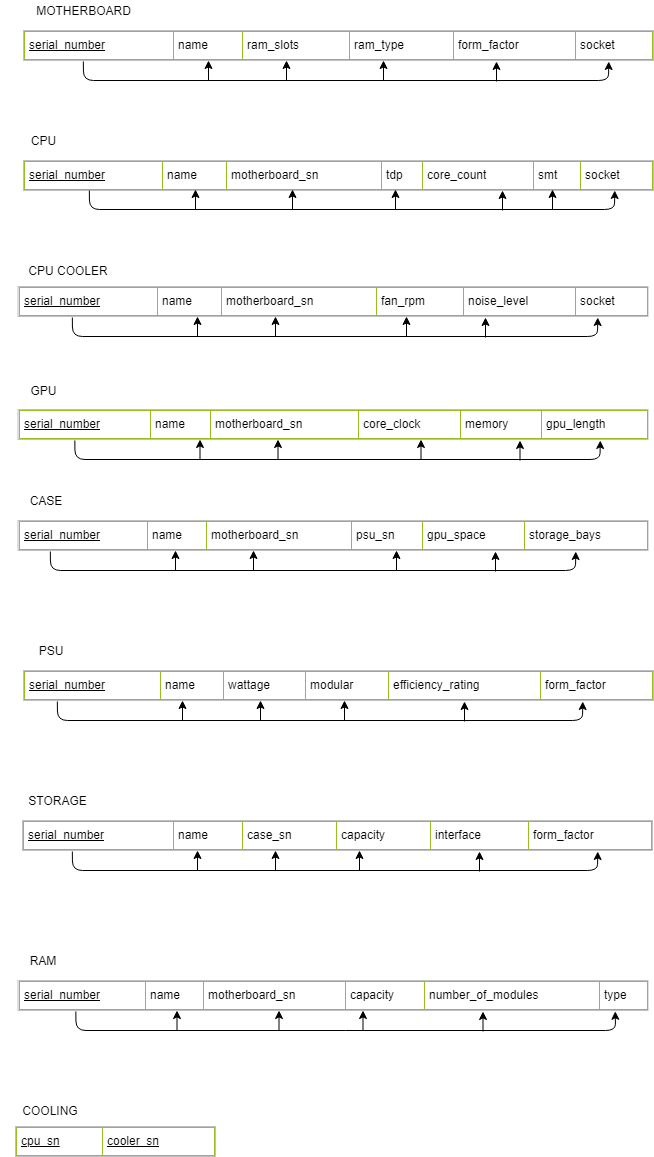
Above: Functional Dependency Diagram.png in ciarancoady98/Information-Management-II (draw.io), before the change. Source tidied: cells renumbered, new cells last; positions are measured from the earlier drawing's top-left corner, leaving out a move shared by most shapes.
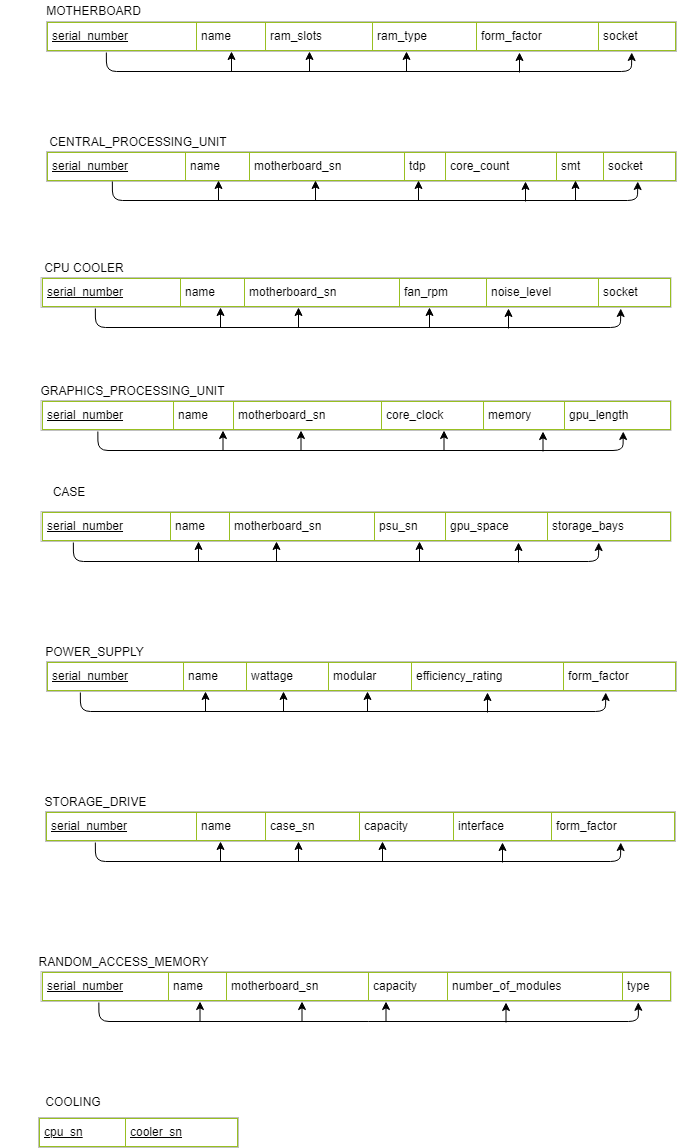
Later version of the same file.

Change to the diagram source:
```diff
@@ -11,14 +11,14 @@
     <mxCell id="4" value="&lt;table border=&quot;1&quot; width=&quot;100%&quot; cellpadding=&quot;4&quot; style=&quot;width: 100% ; height: 100% ; border-collapse: collapse&quot;&gt;&lt;tbody&gt;&lt;tr style=&quot;border: 1px solid #98bf21&quot;&gt;&lt;td&gt;&lt;u&gt;serial_number&lt;/u&gt;&lt;/td&gt;&lt;td&gt;name&lt;/td&gt;&lt;td&gt;motherboard_sn&lt;/td&gt;&lt;td&gt;core_clock&lt;/td&gt;&lt;td&gt;memory&lt;/td&gt;&lt;td&gt;gpu_length&lt;/td&gt;&lt;/tr&gt;&lt;/tbody&gt;&lt;/table&gt;" style="text;html=1;strokeColor=#c0c0c0;fillColor=#ffffff;overflow=fill;rounded=0;" parent="1" vertex="1">
       <mxGeometry x="17.5" y="409" width="630" height="30" as="geometry" />
     </mxCell>
-    <mxCell id="5" value="CPU&lt;span style=&quot;color: rgba(0 , 0 , 0 , 0) ; font-family: monospace ; font-size: 0px ; white-space: nowrap&quot;&gt;%3CmxGraphModel%3E%3Croot%3E%3CmxCell%20id%3D%220%22%2F%3E%3CmxCell%20id%3D%221%22%20parent%3D%220%22%2F%3E%3CmxCell%20id%3D%222%22%20value%3D%22%26lt%3Btable%20border%3D%26quot%3B1%26quot%3B%20width%3D%26quot%3B100%25%26quot%3B%20cellpadding%3D%26quot%3B4%26quot%3B%20style%3D%26quot%3Bwidth%3A%20100%25%20%3B%20height%3A%20100%25%20%3B%20border-collapse%3A%20collapse%26quot%3B%26gt%3B%26lt%3Btbody%26gt%3B%26lt%3Btr%20style%3D%26quot%3Bborder%3A%201px%20solid%20%2398bf21%26quot%3B%26gt%3B%26lt%3Btd%26gt%3BSerial%20Number%26lt%3B%2Ftd%26gt%3B%26lt%3Btd%26gt%3BName%26lt%3B%2Ftd%26gt%3B%26lt%3Btd%26gt%3BMotherbaord%20sn%26lt%3B%2Ftd%26gt%3B%26lt%3Btd%26gt%3BFan%20Rpm%26lt%3B%2Ftd%26gt%3B%26lt%3Btd%26gt%3BNoise%20Level%26lt%3B%2Ftd%26gt%3B%26lt%3Btd%26gt%3BSocket%26lt%3B%2Ftd%26gt%3B%26lt%3B%2Ftr%26gt%3B%26lt%3B%2Ftbody%26gt%3B%26lt%3B%2Ftable%26gt%3B%22%20style%3D%22text%3Bhtml%3D1%3BstrokeColor%3D%23c0c0c0%3BfillColor%3D%23ffffff%3Boverflow%3Dfill%3Brounded%3D0%3B%22%20vertex%3D%221%22%20parent%3D%221%22%3E%3CmxGeometry%20x%3D%2270%22%20y%3D%22180%22%20width%3D%22630%22%20height%3D%2230%22%20as%3D%22geometry%22%2F%3E%3C%2FmxCell%3E%3C%2Froot%3E%3C%2FmxGraphModel%3E&lt;/span&gt;" style="text;html=1;strokeColor=none;fillColor=none;align=center;verticalAlign=middle;whiteSpace=wrap;rounded=0;" parent="1" vertex="1">
-      <mxGeometry x="23" y="130" width="40" height="20" as="geometry" />
+    <mxCell id="5" value="CENTRAL_PROCESSING_UNIT" style="text;html=1;strokeColor=none;fillColor=none;align=center;verticalAlign=middle;whiteSpace=wrap;rounded=0;" parent="1" vertex="1">
+      <mxGeometry x="6" y="140" width="218" height="20" as="geometry" />
     </mxCell>
     <mxCell id="6" value="CPU COOLER&lt;span style=&quot;color: rgba(0 , 0 , 0 , 0) ; font-family: monospace ; font-size: 0px ; white-space: nowrap&quot;&gt;3CmxGraphModel%3E%3Croot%3E%3CmxCell%20id%3D%220%22%2F%3E%3CmxCell%20id%3D%221%22%20parent%3D%220%22%2F%3E%3CmxCell%20id%3D%222%22%20value%3D%22%26lt%3Btable%20border%3D%26quot%3B1%26quot%3B%20width%3D%26quot%3B100%25%26quot%3B%20cellpadding%3D%26quot%3B4%26quot%3B%20style%3D%26quot%3Bwidth%3A%20100%25%20%3B%20height%3A%20100%25%20%3B%20border-collapse%3A%20collapse%26quot%3B%26gt%3B%26lt%3Btbody%26gt%3B%26lt%3Btr%20style%3D%26quot%3Bborder%3A%201px%20solid%20%2398bf21%26quot%3B%26gt%3B%26lt%3Btd%26gt%3BSerial%20Number%26lt%3B%2Ftd%26gt%3B%26lt%3Btd%26gt%3BName%26lt%3B%2Ftd%26gt%3B%26lt%3Btd%26gt%3BMotherbaord%20sn%26lt%3B%2Ftd%26gt%3B%26lt%3Btd%26gt%3BFan%20Rpm%26lt%3B%2Ftd%26gt%3B%26lt%3Btd%26gt%3BNoise%20Level%26lt%3B%2Ftd%26gt%3B%26lt%3Btd%26gt%3BSocket%26lt%3B%2Ftd%26gt%3B%26lt%3B%2Ftr%26gt%3B%26lt%3B%2Ftbody%26gt%3B%26lt%3B%2Ftable%26gt%3B%22%20style%3D%22text%3Bhtml%3D1%3BstrokeColor%3D%23c0c0c0%3BfillColor%3D%23ffffff%3Boverflow%3Dfill%3Brounded%3D0%3B%22%20vertex%3D%221%22%20parent%3D%221%22%3E%3CmxGeometry%20x%3D%2270%22%20y%3D%22180%22%20width%3D%22630%22%20height%3D%2230%22%20as%3D%22geometry%22%2F%3E%3C%2FmxCell%3E%3C%2Froot%3E%3C%2FmxGraphModel%3E&amp;nbsp;&lt;/span&gt;" style="text;html=1;strokeColor=none;fillColor=none;align=center;verticalAlign=middle;whiteSpace=wrap;rounded=0;" parent="1" vertex="1">
-      <mxGeometry x="17.5" y="260" width="100" height="20" as="geometry" />
+      <mxGeometry x="10.5" y="266" width="100" height="20" as="geometry" />
     </mxCell>
-    <mxCell id="7" value="GPU" style="text;html=1;strokeColor=none;fillColor=none;align=center;verticalAlign=middle;whiteSpace=wrap;rounded=0;" parent="1" vertex="1">
-      <mxGeometry x="7.5" y="380" width="70" height="20" as="geometry" />
+    <mxCell id="7" value="GRAPHICS_PROCESSING_UNIT" style="text;html=1;strokeColor=none;fillColor=none;align=center;verticalAlign=middle;whiteSpace=wrap;rounded=0;" parent="1" vertex="1">
+      <mxGeometry x="-23" y="389" width="264" height="20" as="geometry" />
     </mxCell>
     <mxCell id="8" value="&lt;table border=&quot;1&quot; width=&quot;100%&quot; cellpadding=&quot;4&quot; style=&quot;width: 100% ; height: 100% ; border-collapse: collapse&quot;&gt;&lt;tbody&gt;&lt;tr style=&quot;border: 1px solid #98bf21&quot;&gt;&lt;td&gt;&lt;u&gt;serial_number&lt;/u&gt;&lt;/td&gt;&lt;td&gt;name&lt;/td&gt;&lt;td&gt;motherboard_sn&lt;/td&gt;&lt;td&gt;psu_sn&lt;/td&gt;&lt;td&gt;gpu_space&lt;/td&gt;&lt;td&gt;storage_bays&lt;/td&gt;&lt;/tr&gt;&lt;/tbody&gt;&lt;/table&gt;" style="text;html=1;strokeColor=#c0c0c0;fillColor=#ffffff;overflow=fill;rounded=0;" parent="1" vertex="1">
       <mxGeometry x="17.5" y="520" width="630" height="30" as="geometry" />
@@ -29,26 +29,26 @@
     <mxCell id="10" value="&lt;table border=&quot;1&quot; width=&quot;100%&quot; cellpadding=&quot;4&quot; style=&quot;width: 100% ; height: 100% ; border-collapse: collapse&quot;&gt;&lt;tbody&gt;&lt;tr style=&quot;border: 1px solid #98bf21&quot;&gt;&lt;td&gt;&lt;u&gt;serial_number&lt;/u&gt;&lt;/td&gt;&lt;td&gt;name&lt;/td&gt;&lt;td&gt;wattage&lt;/td&gt;&lt;td&gt;modular&lt;/td&gt;&lt;td&gt;efficiency_rating&lt;/td&gt;&lt;td&gt;form_factor&lt;/td&gt;&lt;/tr&gt;&lt;/tbody&gt;&lt;/table&gt;" style="text;html=1;strokeColor=#c0c0c0;fillColor=#ffffff;overflow=fill;rounded=0;" parent="1" vertex="1">
       <mxGeometry x="23" y="670" width="630" height="30" as="geometry" />
     </mxCell>
-    <mxCell id="11" value="PSU" style="text;html=1;strokeColor=none;fillColor=none;align=center;verticalAlign=middle;whiteSpace=wrap;rounded=0;" parent="1" vertex="1">
-      <mxGeometry x="15" y="640" width="70" height="20" as="geometry" />
+    <mxCell id="11" value="POWER_SUPPLY" style="text;html=1;strokeColor=none;fillColor=none;align=center;verticalAlign=middle;whiteSpace=wrap;rounded=0;" parent="1" vertex="1">
+      <mxGeometry x="35.5" y="650" width="70" height="20" as="geometry" />
     </mxCell>
     <mxCell id="12" value="&lt;table border=&quot;1&quot; width=&quot;100%&quot; cellpadding=&quot;4&quot; style=&quot;width: 100% ; height: 100% ; border-collapse: collapse&quot;&gt;&lt;tbody&gt;&lt;tr style=&quot;border: 1px solid #98bf21&quot;&gt;&lt;td&gt;&lt;u&gt;serial_number&lt;/u&gt;&lt;/td&gt;&lt;td&gt;name&lt;/td&gt;&lt;td&gt;case_sn&lt;/td&gt;&lt;td&gt;capacity&lt;/td&gt;&lt;td&gt;interface&lt;/td&gt;&lt;td&gt;form_factor&lt;/td&gt;&lt;/tr&gt;&lt;/tbody&gt;&lt;/table&gt;" style="text;html=1;strokeColor=#c0c0c0;fillColor=#ffffff;overflow=fill;rounded=0;" parent="1" vertex="1">
       <mxGeometry x="22" y="820" width="630" height="30" as="geometry" />
     </mxCell>
-    <mxCell id="13" value="STORAGE" style="text;html=1;strokeColor=none;fillColor=none;align=center;verticalAlign=middle;whiteSpace=wrap;rounded=0;" parent="1" vertex="1">
-      <mxGeometry x="22" y="790" width="70" height="20" as="geometry" />
+    <mxCell id="13" value="STORAGE_DRIVE" style="text;html=1;strokeColor=none;fillColor=none;align=center;verticalAlign=middle;whiteSpace=wrap;rounded=0;" parent="1" vertex="1">
+      <mxGeometry x="17.5" y="800" width="109" height="20" as="geometry" />
     </mxCell>
     <mxCell id="14" value="&lt;table border=&quot;1&quot; width=&quot;100%&quot; cellpadding=&quot;4&quot; style=&quot;width: 100% ; height: 100% ; border-collapse: collapse&quot;&gt;&lt;tbody&gt;&lt;tr style=&quot;border: 1px solid #98bf21&quot;&gt;&lt;td&gt;&lt;u&gt;serial_number&lt;/u&gt;&lt;/td&gt;&lt;td&gt;name&lt;/td&gt;&lt;td&gt;motherboard_sn&lt;/td&gt;&lt;td&gt;capacity&lt;/td&gt;&lt;td&gt;number_of_modules&lt;/td&gt;&lt;td&gt;type&lt;/td&gt;&lt;/tr&gt;&lt;/tbody&gt;&lt;/table&gt;" style="text;html=1;strokeColor=#c0c0c0;fillColor=#ffffff;overflow=fill;rounded=0;" parent="1" vertex="1">
       <mxGeometry x="17.5" y="980" width="630" height="30" as="geometry" />
     </mxCell>
-    <mxCell id="15" value="RAM" style="text;html=1;strokeColor=none;fillColor=none;align=center;verticalAlign=middle;whiteSpace=wrap;rounded=0;" parent="1" vertex="1">
-      <mxGeometry x="6.5" y="950" width="70" height="20" as="geometry" />
+    <mxCell id="15" value="RANDOM_ACCESS_MEMORY" style="text;html=1;strokeColor=none;fillColor=none;align=center;verticalAlign=middle;whiteSpace=wrap;rounded=0;" parent="1" vertex="1">
+      <mxGeometry x="7.5" y="960" width="185" height="20" as="geometry" />
     </mxCell>
     <mxCell id="16" value="&lt;table border=&quot;1&quot; width=&quot;100%&quot; cellpadding=&quot;4&quot; style=&quot;width: 100% ; height: 100% ; border-collapse: collapse&quot;&gt;&lt;tbody&gt;&lt;tr style=&quot;border: 1px solid #98bf21&quot;&gt;&lt;td&gt;&lt;u&gt;serial_number&lt;/u&gt;&lt;/td&gt;&lt;td&gt;name&lt;/td&gt;&lt;td&gt;ram_slots&lt;/td&gt;&lt;td&gt;ram_type&lt;/td&gt;&lt;td&gt;form_factor&lt;/td&gt;&lt;td&gt;socket&lt;/td&gt;&lt;/tr&gt;&lt;/tbody&gt;&lt;/table&gt;" style="text;html=1;strokeColor=#c0c0c0;fillColor=#ffffff;overflow=fill;rounded=0;" parent="1" vertex="1">
       <mxGeometry x="23" y="30" width="630" height="30" as="geometry" />
     </mxCell>
     <mxCell id="17" value="MOTHERBOARD" style="text;html=1;strokeColor=none;fillColor=none;align=center;verticalAlign=middle;whiteSpace=wrap;rounded=0;" parent="1" vertex="1">
-      <mxGeometry x="23" width="120" height="20" as="geometry" />
+      <mxGeometry x="10.5" y="9" width="120" height="20" as="geometry" />
     </mxCell>
     <mxCell id="18" value="&lt;table border=&quot;1&quot; width=&quot;100%&quot; cellpadding=&quot;4&quot; style=&quot;width: 100% ; height: 100% ; border-collapse: collapse&quot;&gt;&lt;tbody&gt;&lt;tr style=&quot;border: 1px solid #98bf21&quot;&gt;&lt;td&gt;&lt;u&gt;cpu_sn&lt;/u&gt;&lt;/td&gt;&lt;td&gt;&lt;u&gt;cooler_sn&lt;/u&gt;&lt;/td&gt;&lt;/tr&gt;&lt;/tbody&gt;&lt;/table&gt;" style="text;html=1;strokeColor=#c0c0c0;fillColor=#ffffff;overflow=fill;rounded=0;" parent="1" vertex="1">
       <mxGeometry x="15" y="1126" width="200" height="30" as="geometry" />
```
